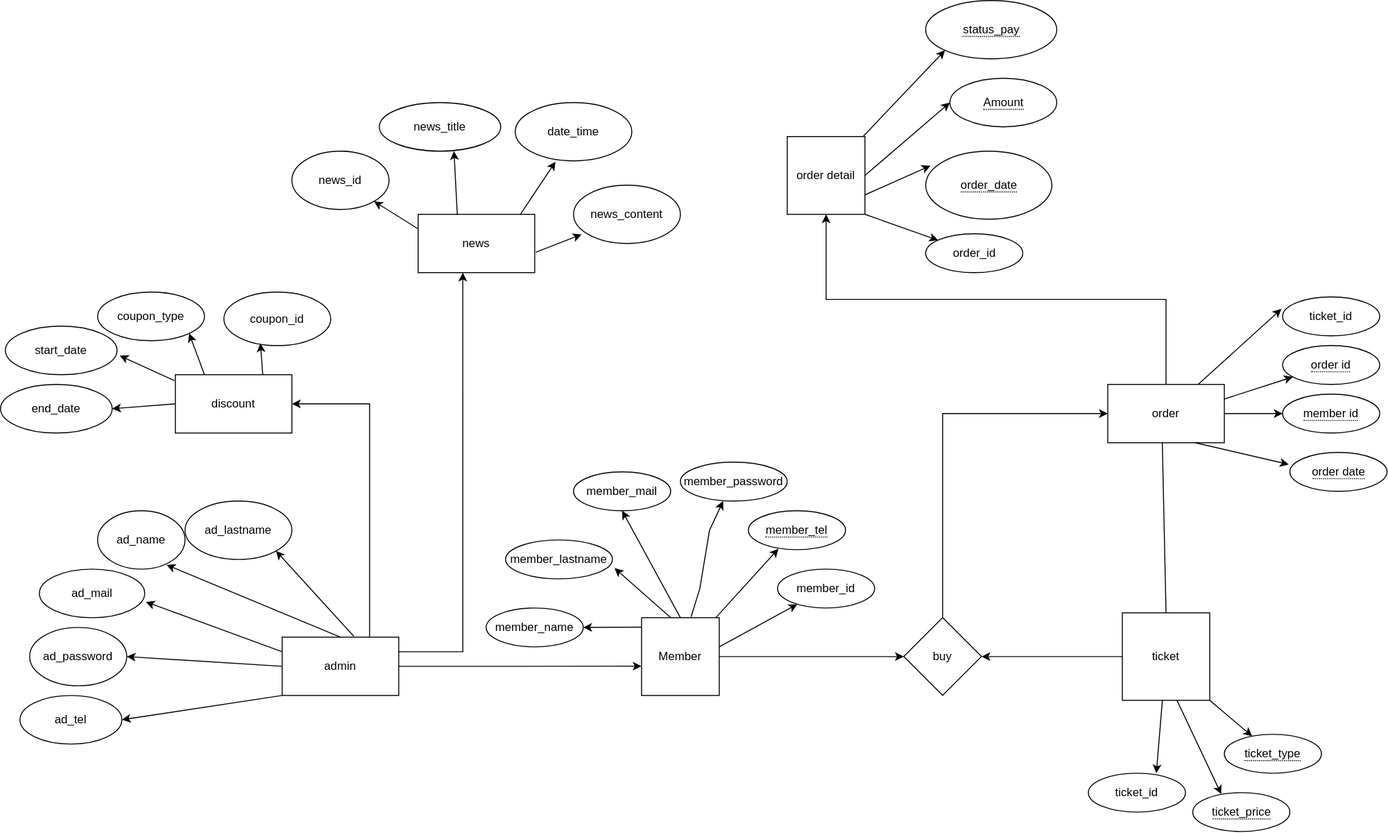
This is ER.drawio.svg from Jhutatip/Project_kao, a draw.io export, as it was before one commit. Source tidied: cells renumbered, new cells last; positions are measured from the earlier drawing's top-left corner, leaving out a move shared by most shapes.
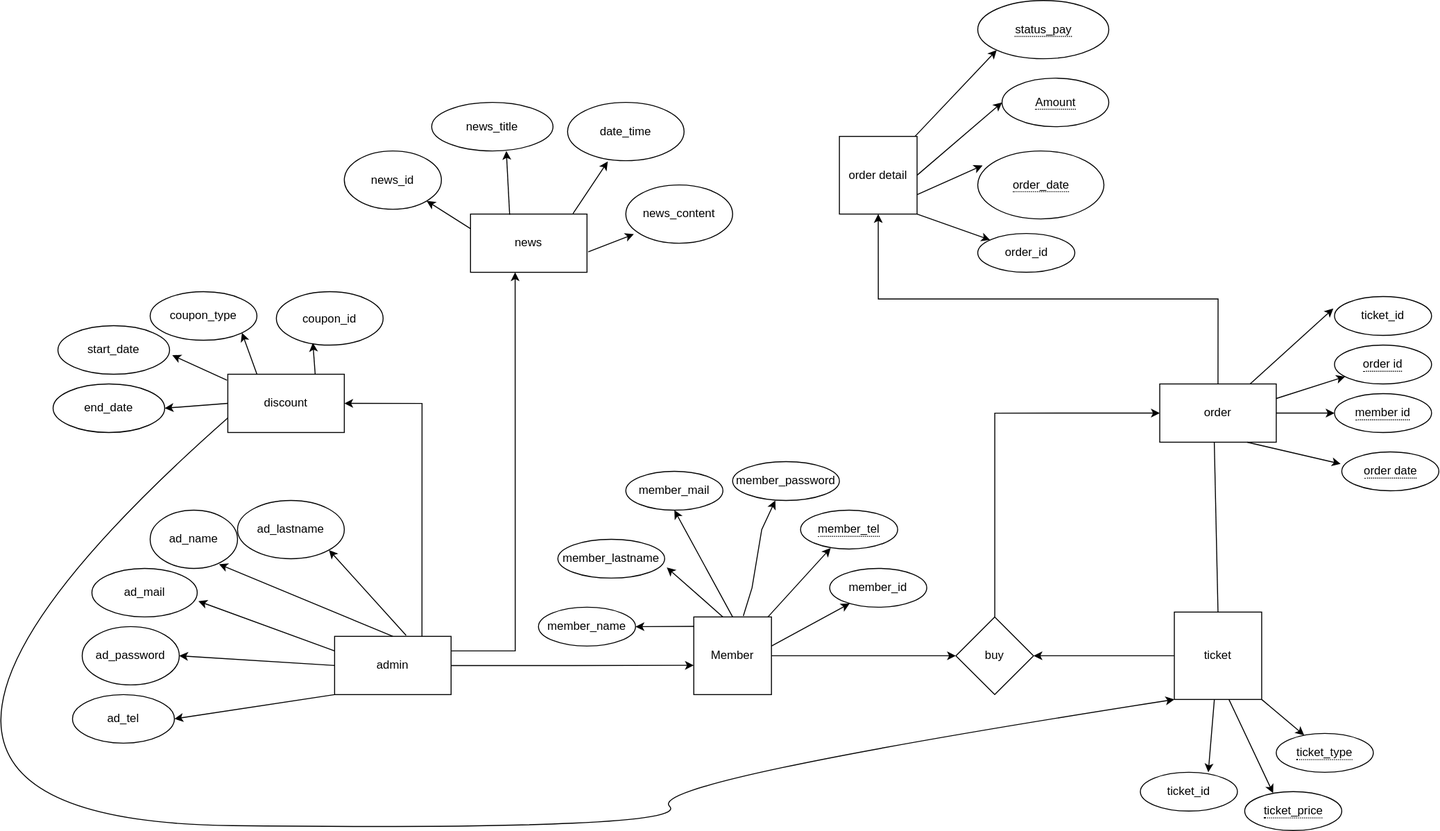
After the commit.

Diff of the diagram source:
```diff
@@ -244,5 +244,14 @@
     <mxCell id="77" style="endArrow=classic;html=1;rounded=0;entryX=1;entryY=0.5;entryDx=0;entryDy=0;exitX=0;exitY=0.5;exitDx=0;exitDy=0;" parent="1" edge="1" source="44" target="75">
       <mxGeometry relative="1" as="geometry" />
     </mxCell>
+    <mxCell id="78" style="curved=1;endArrow=classic;html=1;rounded=0;entryX=0;entryY=1;entryDx=0;entryDy=0;exitX=0;exitY=0.75;exitDx=0;exitDy=0;" parent="1" edge="1" source="44" target="9">
+      <mxGeometry relative="1" as="geometry">
+        <Array as="points">
+          <mxPoint x="-290" y="845" />
+          <mxPoint x="660" y="855" />
+          <mxPoint x="610" y="805" />
+        </Array>
+      </mxGeometry>
+    </mxCell>
   </root>
 </mxGraphModel>
```
